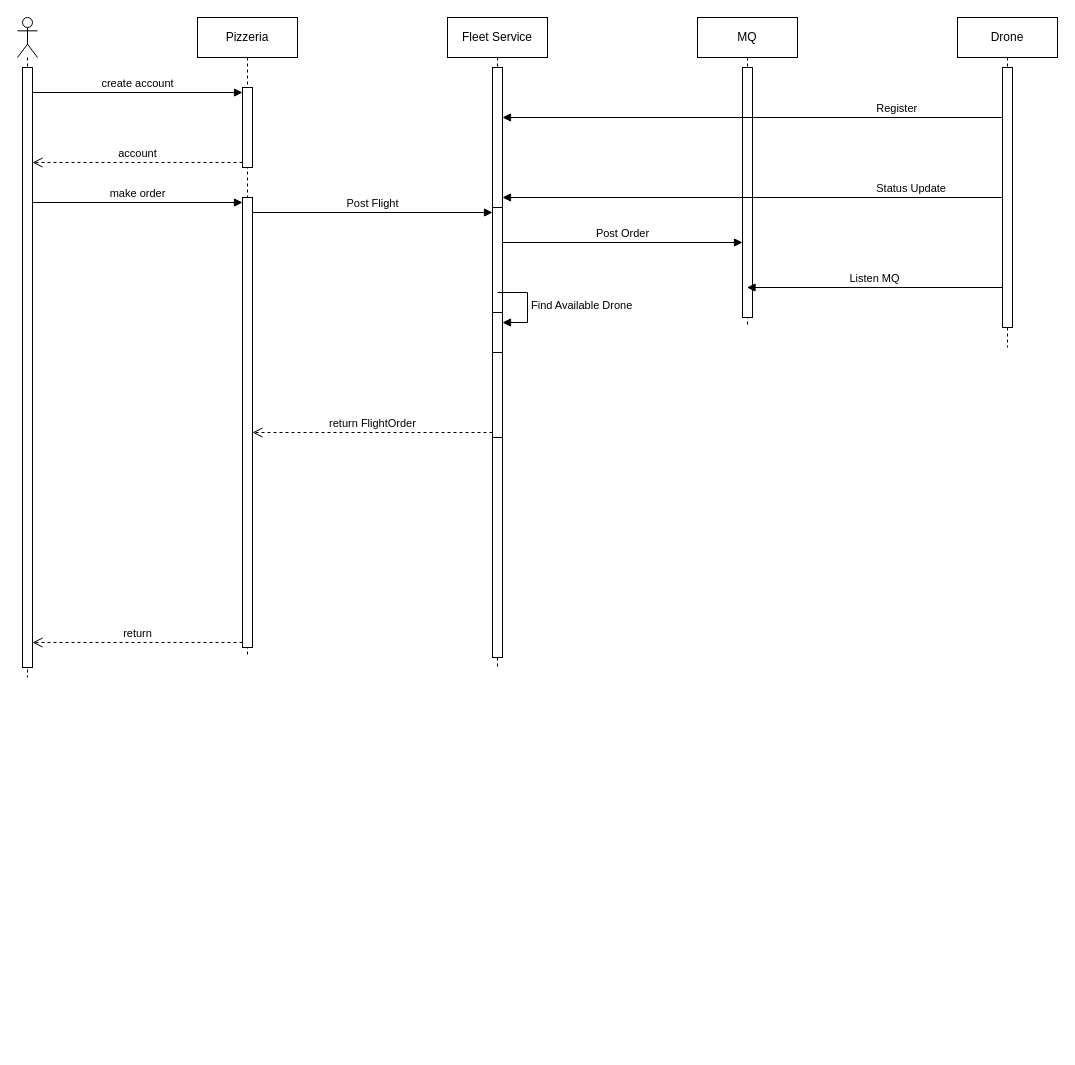
This is page "Sequence Diagram" (1 of 5) of drone-food-service.drawio from Kesha123/drone-food-delivery-service, a draw.io file, before an edit. Source tidied: cells renumbered, new cells numbered last; positions are measured from the earlier drawing's top-left corner, leaving out a move shared by most shapes. Both pictures are drawn from the tidied source at 100%, with x=0, y=0 at pixel (17, 17).
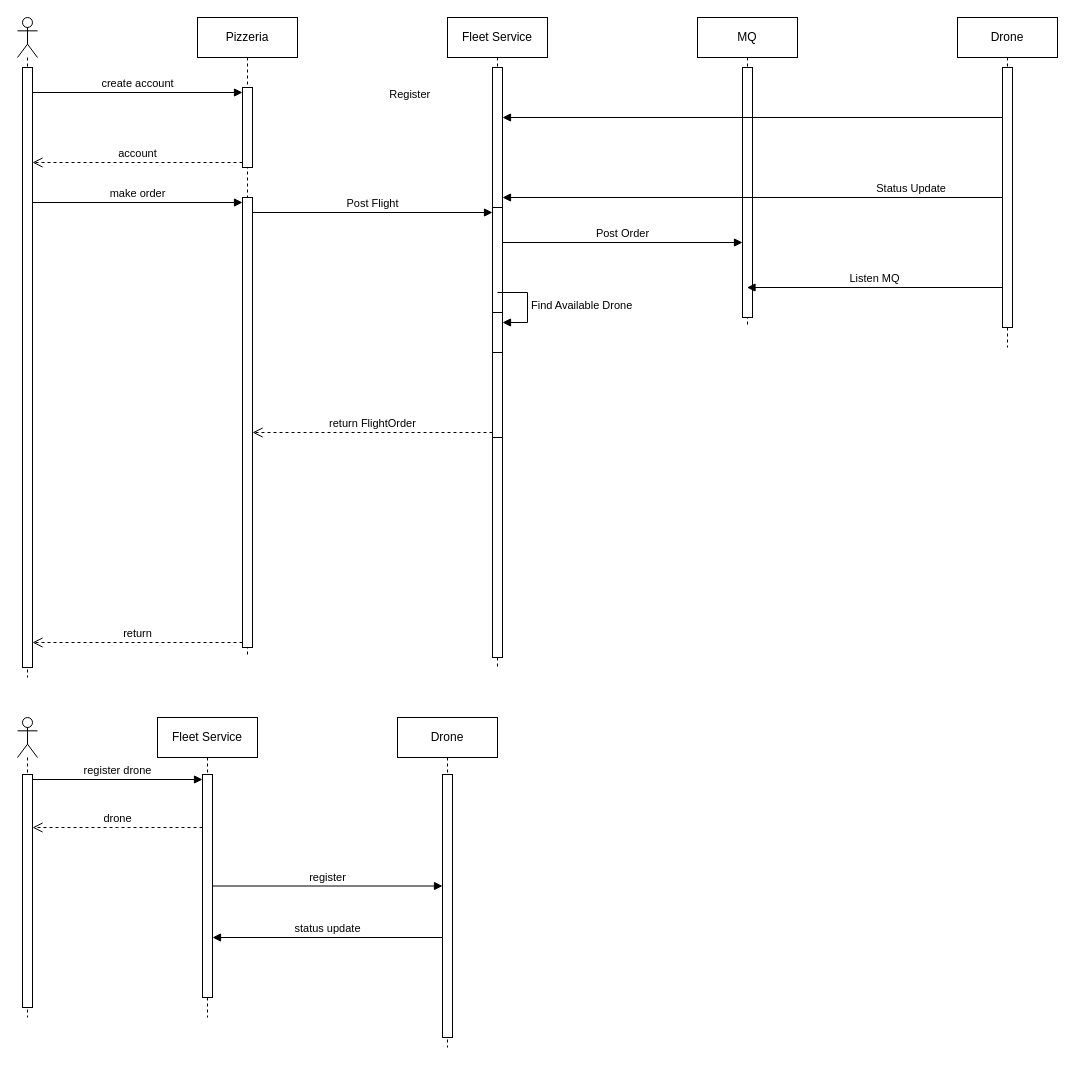
After the change.

Commit message (it also covers changes not shown here):
Report and diagrams

The change refers to these unchanged cells:
```xml
<mxCell id="12" style="html=1;points=[[0,0,0,0,5],[0,1,0,0,-5],[1,0,0,0,5],[1,1,0,0,-5]];perimeter=orthogonalPerimeter;outlineConnect=0;targetShapes=umlLifeline;portConstraint=eastwest;newEdgeStyle={&quot;curved&quot;:0,&quot;rounded&quot;:0};" parent="11" vertex="1">
  <mxGeometry x="45" y="50" width="10" height="590" as="geometry" />
</mxCell>
```

Change to the diagram source:
```diff
@@
     <mxCell id="24" value="&lt;span style=&quot;white-space: pre;&quot;&gt;&#9;&lt;/span&gt;&lt;span style=&quot;white-space: pre;&quot;&gt;&#9;&lt;/span&gt;&lt;span style=&quot;white-space: pre;&quot;&gt;&#9;&lt;/span&gt;&lt;span style=&quot;white-space: pre;&quot;&gt;&#9;&lt;/span&gt;&lt;span style=&quot;white-space: pre;&quot;&gt;&#9;&lt;/span&gt;Register" style="html=1;verticalAlign=bottom;endArrow=block;curved=0;rounded=0;align=left;" parent="1" edge="1" target="12">
-      <mxGeometry relative="1" as="geometry">
+      <mxGeometry x="1" y="-237" relative="1" as="geometry">
         <mxPoint x="985" y="100" as="sourcePoint" />
+        <mxPoint x="-237" y="223" as="offset" />
       </mxGeometry>
     </mxCell>
@@
+    <mxCell id="26" style="shape=umlLifeline;perimeter=lifelinePerimeter;whiteSpace=wrap;html=1;newEdgeStyle={&quot;curved&quot;:0,&quot;rounded&quot;:0};participant=umlActor;" parent="1" vertex="1">
+      <mxGeometry y="700" width="20" height="300" as="geometry" />
+    </mxCell>
+    <mxCell id="27" style="html=1;points=[[0,0,0,0,5],[0,1,0,0,-5],[1,0,0,0,5],[1,1,0,0,-5]];perimeter=orthogonalPerimeter;outlineConnect=0;targetShapes=umlLifeline;portConstraint=eastwest;newEdgeStyle={&quot;curved&quot;:0,&quot;rounded&quot;:0};" parent="26" vertex="1">
+      <mxGeometry x="5" y="57" width="10" height="233" as="geometry" />
+    </mxCell>
+    <mxCell id="28" value="Fleet Service" style="shape=umlLifeline;perimeter=lifelinePerimeter;whiteSpace=wrap;html=1;newEdgeStyle={&quot;curved&quot;:0,&quot;rounded&quot;:0};" parent="1" vertex="1">
+      <mxGeometry x="140" y="700" width="100" height="300" as="geometry" />
+    </mxCell>
+    <mxCell id="29" style="html=1;points=[[0,0,0,0,5],[0,1,0,0,-5],[1,0,0,0,5],[1,1,0,0,-5]];perimeter=orthogonalPerimeter;outlineConnect=0;targetShapes=umlLifeline;portConstraint=eastwest;newEdgeStyle={&quot;curved&quot;:0,&quot;rounded&quot;:0};" parent="28" vertex="1">
+      <mxGeometry x="45" y="57" width="10" height="223" as="geometry" />
+    </mxCell>
+    <mxCell id="30" value="Drone" style="shape=umlLifeline;perimeter=lifelinePerimeter;whiteSpace=wrap;html=1;newEdgeStyle={&quot;curved&quot;:0,&quot;rounded&quot;:0};" parent="1" vertex="1">
+      <mxGeometry x="380" y="700" width="100" height="330" as="geometry" />
+    </mxCell>
+    <mxCell id="31" style="html=1;points=[[0,0,0,0,5],[0,1,0,0,-5],[1,0,0,0,5],[1,1,0,0,-5]];perimeter=orthogonalPerimeter;outlineConnect=0;targetShapes=umlLifeline;portConstraint=eastwest;newEdgeStyle={&quot;curved&quot;:0,&quot;rounded&quot;:0};" parent="30" vertex="1">
+      <mxGeometry x="45" y="57" width="10" height="263" as="geometry" />
+    </mxCell>
+    <mxCell id="32" value="register drone" style="html=1;verticalAlign=bottom;endArrow=block;curved=0;rounded=0;entryX=0;entryY=0;entryDx=0;entryDy=5;" parent="1" edge="1" source="27" target="29">
+      <mxGeometry relative="1" as="geometry" />
+    </mxCell>
+    <mxCell id="33" value="drone" style="html=1;verticalAlign=bottom;endArrow=open;dashed=1;endSize=8;curved=0;rounded=0;" parent="1" edge="1" source="29" target="27">
+      <mxGeometry relative="1" as="geometry">
+        <Array as="points">
+          <mxPoint x="100" y="810" />
+        </Array>
+      </mxGeometry>
+    </mxCell>
+    <mxCell id="34" value="register" style="html=1;verticalAlign=bottom;endArrow=block;curved=0;rounded=0;" parent="1" edge="1" source="29" target="31">
+      <mxGeometry relative="1" as="geometry" />
+    </mxCell>
+    <mxCell id="35" value="status update" style="html=1;verticalAlign=bottom;endArrow=block;curved=0;rounded=0;" parent="1" edge="1">
+      <mxGeometry relative="1" as="geometry">
+        <mxPoint x="425" y="920" as="sourcePoint" />
+        <mxPoint x="195" y="920" as="targetPoint" />
+      </mxGeometry>
+    </mxCell>
```
